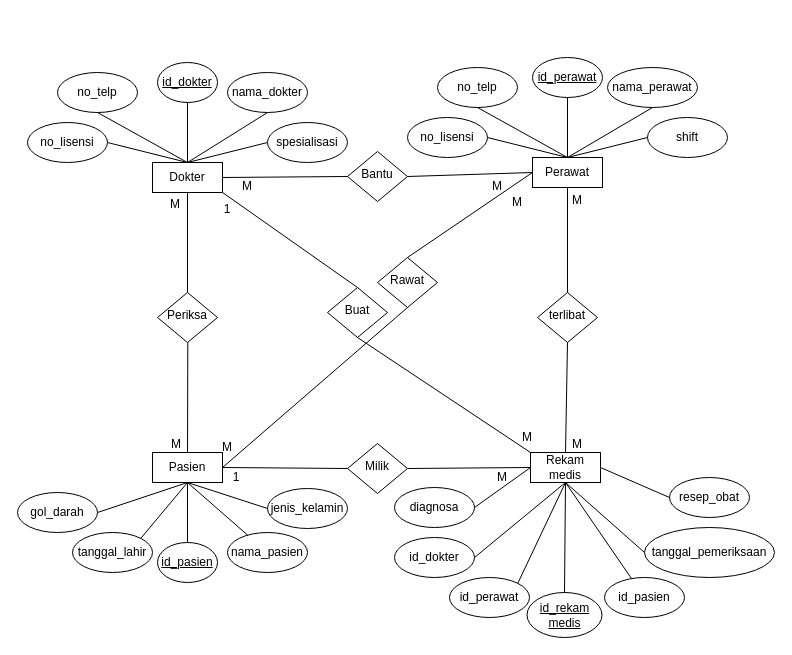
Above: ERDpbasdal1.drawio in prycilliaedw/prycilliaedw (draw.io), before the change. Source tidied: cells renumbered, new cells numbered last; positions are measured from the earlier drawing's top-left corner, leaving out a move shared by most shapes. Both pictures are drawn from the tidied source at 100%, with x=0, y=0 at pixel (17, 57).
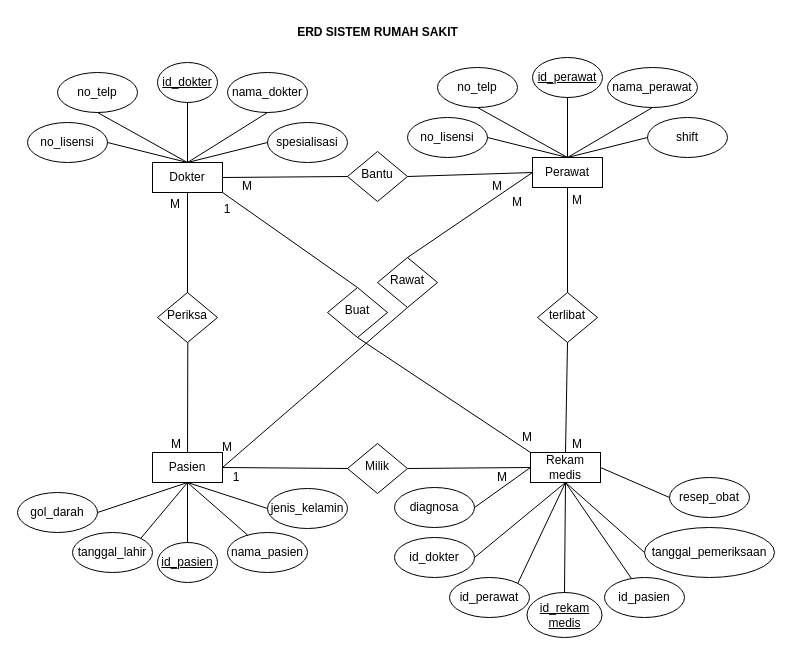
After the change.

Diff of the diagram source:
```diff
@@
+    <mxCell id="80" value="&lt;b&gt;ERD SISTEM RUMAH SAKIT&lt;/b&gt;" style="text;html=1;whiteSpace=wrap;strokeColor=none;fillColor=none;align=center;verticalAlign=middle;rounded=0;" parent="1" vertex="1">
+      <mxGeometry x="272.5" y="-40" width="175" height="30" as="geometry" />
+    </mxCell>
```
